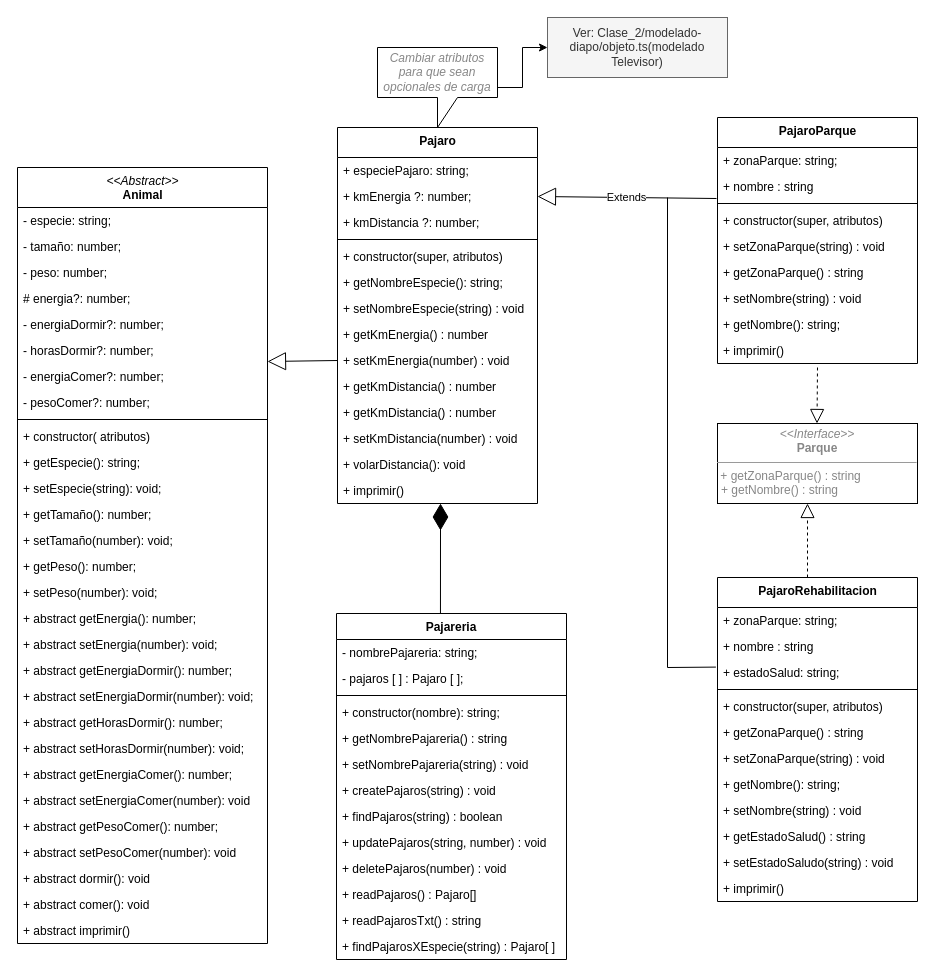
This is 3-POO/Clase_7/interface&abstPajaro/Diagrama nuevo.drawio from VCinthia/PFS2022-BackEnd, a draw.io file, before an edit. Source tidied: cells renumbered, new cells numbered last; positions are measured from the earlier drawing's top-left corner, leaving out a move shared by most shapes. Both pictures are drawn from the tidied source at 100%, with x=0, y=0 at pixel (17, 17).
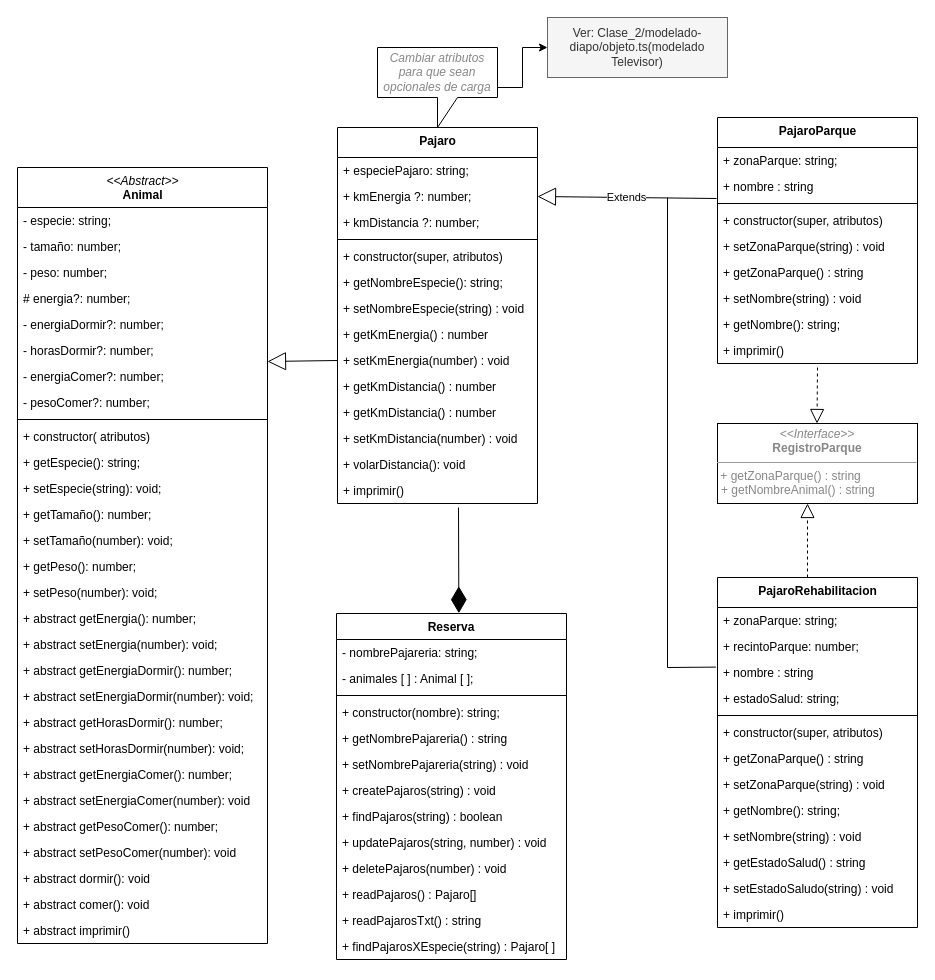
The same page after the edit.

Diff of the diagram source:
```diff
@@
-    <mxCell id="47" value="Pajareria" style="swimlane;fontStyle=1;align=center;verticalAlign=top;horizontal=1;startSize=26;" parent="1" vertex="1">
+    <mxCell id="47" value="Reserva" style="swimlane;fontStyle=1;align=center;verticalAlign=top;horizontal=1;startSize=26;" parent="1" vertex="1">
       <mxGeometry x="319" y="596" width="230" height="346" as="geometry" />
     </mxCell>
@@
-    <mxCell id="49" value="- pajaros [ ] : Pajaro [ ];" style="text;strokeColor=none;fillColor=none;align=left;verticalAlign=top;spacingLeft=4;spacingRight=4;overflow=hidden;" parent="47" vertex="1">
+    <mxCell id="49" value="- animales [ ] : Animal [ ];" style="text;strokeColor=none;fillColor=none;align=left;verticalAlign=top;spacingLeft=4;spacingRight=4;overflow=hidden;" parent="47" vertex="1">
       <mxGeometry y="52" width="230" height="26" as="geometry" />
     </mxCell>
@@
-    <mxCell id="62" style="endArrow=diamondThin;endFill=1;endSize=24;html=1;rounded=0;exitX=0.452;exitY=0;exitDx=0;exitDy=0;exitPerimeter=0;" parent="1" edge="1" source="47">
+    <mxCell id="62" style="endArrow=diamondThin;endFill=1;endSize=24;html=1;rounded=0;entryX=0.532;entryY=-0.001;entryDx=0;entryDy=0;entryPerimeter=0;" parent="1" edge="1" target="47">
       <mxGeometry relative="1" as="geometry">
-        <mxPoint x="423" y="486" as="targetPoint" />
-        <Array as="points">
-          <mxPoint x="423" y="506" />
-        </Array>
+        <mxPoint x="441" y="490" as="sourcePoint" />
       </mxGeometry>
     </mxCell>
@@
     <mxCell id="73" value="PajaroRehabilitacion" style="swimlane;fontStyle=1;align=center;verticalAlign=top;horizontal=1;startSize=30;html=1;" parent="1" vertex="1">
-      <mxGeometry x="700" y="560" width="200" height="324" as="geometry" />
+      <mxGeometry x="700" y="560" width="200" height="350" as="geometry" />
     </mxCell>
@@
+    <mxCell id="94" value="+ recintoParque: number;" style="text;strokeColor=none;fillColor=none;align=left;verticalAlign=top;spacingLeft=4;spacingRight=4;overflow=hidden;" parent="73" vertex="1">
+      <mxGeometry y="56" width="200" height="26" as="geometry" />
+    </mxCell>
     <mxCell id="75" value="+ nombre : string" style="text;strokeColor=none;fillColor=none;align=left;verticalAlign=top;spacingLeft=4;spacingRight=4;overflow=hidden;" parent="73" vertex="1">
-      <mxGeometry y="56" width="200" height="26" as="geometry" />
+      <mxGeometry y="82" width="200" height="26" as="geometry" />
     </mxCell>
     <mxCell id="76" value="+ estadoSalud: string;" style="text;strokeColor=none;fillColor=none;align=left;verticalAlign=top;spacingLeft=4;spacingRight=4;overflow=hidden;" parent="73" vertex="1">
-      <mxGeometry y="82" width="200" height="26" as="geometry" />
+      <mxGeometry y="108" width="200" height="26" as="geometry" />
     </mxCell>
     <mxCell id="77" style="line;strokeWidth=1;fillColor=none;align=left;verticalAlign=middle;spacingTop=-1;spacingLeft=3;spacingRight=3;labelPosition=right;" parent="73" vertex="1">
-      <mxGeometry y="108" width="200" height="8" as="geometry" />
+      <mxGeometry y="134" width="200" height="8" as="geometry" />
     </mxCell>
     <mxCell id="78" value="+ constructor(super, atributos)" style="text;strokeColor=none;fillColor=none;align=left;verticalAlign=top;spacingLeft=4;spacingRight=4;overflow=hidden;" parent="73" vertex="1">
-      <mxGeometry y="116" width="200" height="26" as="geometry" />
+      <mxGeometry y="142" width="200" height="26" as="geometry" />
     </mxCell>
     <mxCell id="79" value="+ getZonaParque() : string" style="text;strokeColor=none;fillColor=none;align=left;verticalAlign=top;spacingLeft=4;spacingRight=4;overflow=hidden;" parent="73" vertex="1">
-      <mxGeometry y="142" width="200" height="26" as="geometry" />
+      <mxGeometry y="168" width="200" height="26" as="geometry" />
     </mxCell>
     <mxCell id="80" value="+ setZonaParque(string) : void" style="text;strokeColor=none;fillColor=none;align=left;verticalAlign=top;spacingLeft=4;spacingRight=4;overflow=hidden;" parent="73" vertex="1">
-      <mxGeometry y="168" width="200" height="26" as="geometry" />
+      <mxGeometry y="194" width="200" height="26" as="geometry" />
     </mxCell>
     <mxCell id="81" value="+ getNombre(): string;" style="text;strokeColor=none;fillColor=none;align=left;verticalAlign=top;spacingLeft=4;spacingRight=4;overflow=hidden;" parent="73" vertex="1">
-      <mxGeometry y="194" width="200" height="26" as="geometry" />
+      <mxGeometry y="220" width="200" height="26" as="geometry" />
     </mxCell>
     <mxCell id="82" value="+ setNombre(string) : void" style="text;strokeColor=none;fillColor=none;align=left;verticalAlign=top;spacingLeft=4;spacingRight=4;overflow=hidden;" parent="73" vertex="1">
-      <mxGeometry y="220" width="200" height="26" as="geometry" />
+      <mxGeometry y="246" width="200" height="26" as="geometry" />
     </mxCell>
     <mxCell id="83" value="+ getEstadoSalud() : string" style="text;strokeColor=none;fillColor=none;align=left;verticalAlign=top;spacingLeft=4;spacingRight=4;overflow=hidden;" parent="73" vertex="1">
-      <mxGeometry y="246" width="200" height="26" as="geometry" />
+      <mxGeometry y="272" width="200" height="26" as="geometry" />
     </mxCell>
     <mxCell id="84" value="+ setEstadoSaludo(string) : void" style="text;strokeColor=none;fillColor=none;align=left;verticalAlign=top;spacingLeft=4;spacingRight=4;overflow=hidden;" parent="73" vertex="1">
-      <mxGeometry y="272" width="200" height="26" as="geometry" />
+      <mxGeometry y="298" width="200" height="26" as="geometry" />
     </mxCell>
     <mxCell id="85" value="+ imprimir()" style="text;strokeColor=none;fillColor=none;align=left;verticalAlign=top;spacingLeft=4;spacingRight=4;overflow=hidden;" parent="73" vertex="1">
-      <mxGeometry y="298" width="200" height="26" as="geometry" />
+      <mxGeometry y="324" width="200" height="26" as="geometry" />
     </mxCell>
@@
-    <mxCell id="90" value="&lt;p style=&quot;margin:0px;margin-top:4px;text-align:center;&quot;&gt;&lt;i&gt;&amp;lt;&amp;lt;Interface&amp;gt;&amp;gt;&lt;/i&gt;&lt;br&gt;&lt;b&gt;Parque&lt;/b&gt;&lt;/p&gt;&lt;hr size=&quot;1&quot;&gt;&lt;p style=&quot;margin:0px;margin-left:4px;&quot;&gt;&lt;/p&gt;&amp;nbsp;+ getZonaParque() : string&lt;p style=&quot;margin:0px;margin-left:4px;&quot;&gt;+ getNombre() : string&lt;/p&gt;" style="verticalAlign=top;align=left;overflow=fill;fontSize=12;fontFamily=Helvetica;html=1;fontColor=#878787;" parent="1" vertex="1">
+    <mxCell id="90" value="&lt;p style=&quot;margin:0px;margin-top:4px;text-align:center;&quot;&gt;&lt;i&gt;&amp;lt;&amp;lt;Interface&amp;gt;&amp;gt;&lt;/i&gt;&lt;br&gt;&lt;b&gt;RegistroParque&lt;/b&gt;&lt;/p&gt;&lt;hr size=&quot;1&quot;&gt;&lt;p style=&quot;margin:0px;margin-left:4px;&quot;&gt;&lt;/p&gt;&amp;nbsp;+ getZonaParque() : string&lt;p style=&quot;margin:0px;margin-left:4px;&quot;&gt;+ getNombreAnimal() : string&lt;/p&gt;" style="verticalAlign=top;align=left;overflow=fill;fontSize=12;fontFamily=Helvetica;html=1;fontColor=#878787;" parent="1" vertex="1">
       <mxGeometry x="700" y="406" width="200" height="80" as="geometry" />
     </mxCell>
```
